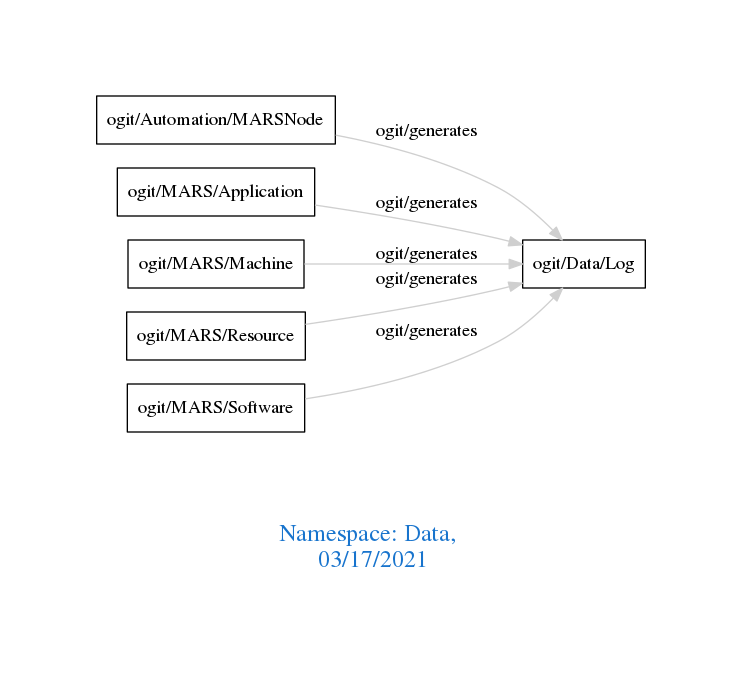
Above: downloads/Data.png in arago/OGIT (Graphviz), before the change. Its source is kept beside it as downloads/Data.dot.
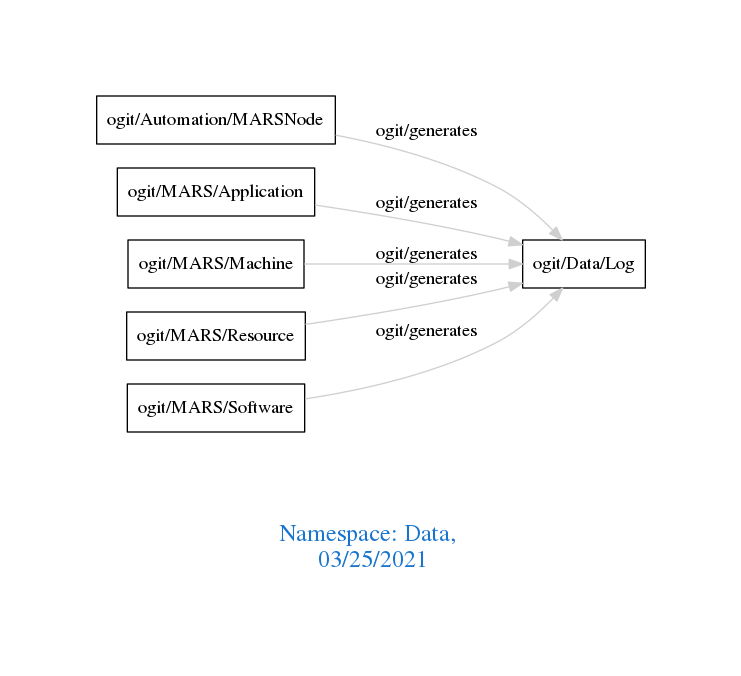
Later version of the same file.

Change to the diagram source:
```diff
@@ -1,7 +1,7 @@
 digraph OGIT_ontology {
  graph [ rankdir= LR,pad=1
 fontsize = 18,
-fontcolor= dodgerblue3,label = "\n\n\nNamespace: Data, \n 03/17/2021"];
+fontcolor= dodgerblue3,label = "\n\n\nNamespace: Data, \n 03/25/2021"];
 node[shape=polygon];
 edge [  color="gray81"];
 
```
